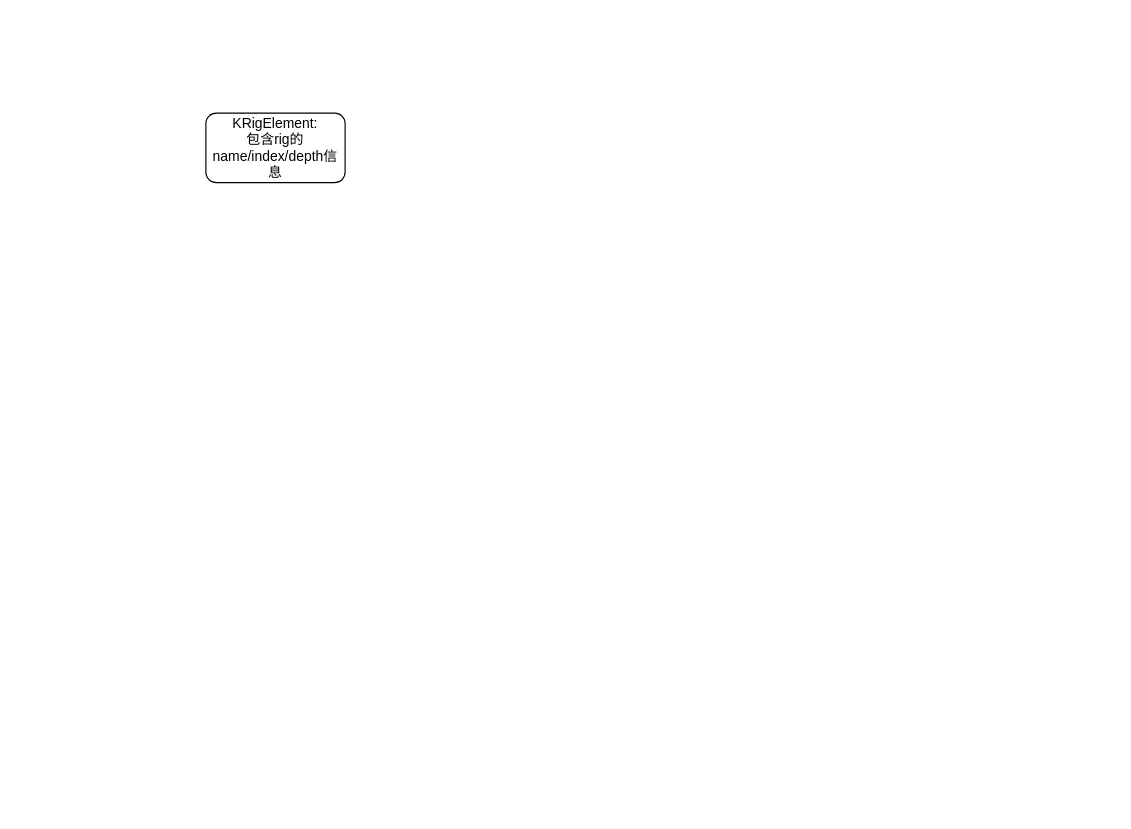
The draw.io diagram all/Retarget_pro.drawio in Jormungandr5/iodraw-files, before the edit. Source tidied: cells renumbered, new cells numbered last; positions are measured from the earlier drawing's top-left corner, leaving out a move shared by most shapes. Both pictures are drawn from the tidied source at 116%, with x=0, y=0 at pixel (205, 113).
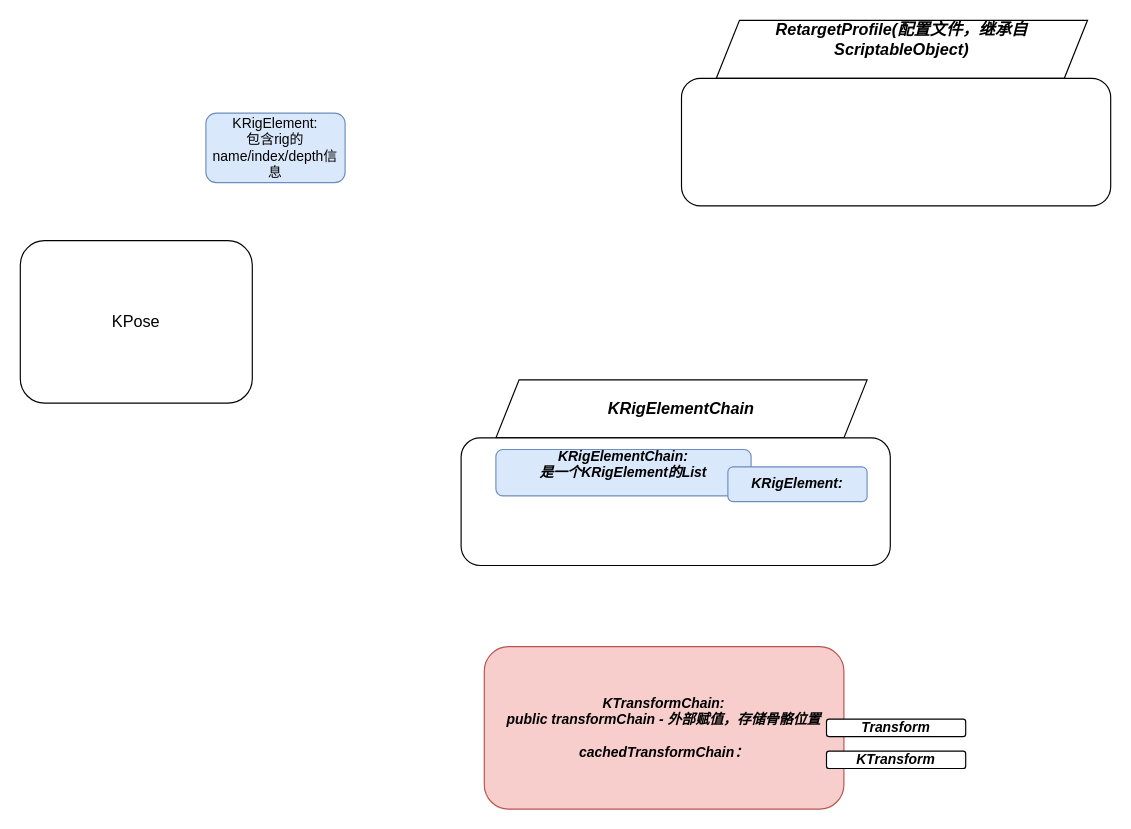
Above is the later version.

Diff of the diagram source:
```diff
@@
 <mxGraphModel>
   <root>
     <mxCell id="0" />
     <mxCell id="1" parent="0" />
-    <mxCell id="2" value="KRigElement:&lt;div&gt;包含rig的name/index/depth信息&lt;/div&gt;" style="rounded=1;whiteSpace=wrap;html=1;" parent="1" vertex="1">
+    <mxCell id="2" value="KRigElement:&lt;div&gt;包含rig的name/index/depth信息&lt;/div&gt;" style="rounded=1;whiteSpace=wrap;html=1;fillColor=#dae8fc;strokeColor=#6c8ebf;" parent="1" vertex="1">
       <mxGeometry width="120" height="60" as="geometry" />
     </mxCell>
+    <mxCell id="3" value="KPose" style="rounded=1;whiteSpace=wrap;html=1;fontSize=14;" parent="1" vertex="1">
+      <mxGeometry x="-160" y="110" width="200" height="140" as="geometry" />
+    </mxCell>
+    <mxCell id="4" style="group;" parent="1" vertex="1">
+      <mxGeometry x="410" y="-80" width="370" height="160" as="geometry" />
+    </mxCell>
+    <mxCell id="5" value="&lt;b&gt;&lt;i&gt;RetargetProfile(配置文件，继承自ScriptableObject&lt;span style=&quot;background-color: transparent; color: light-dark(rgb(0, 0, 0), rgb(255, 255, 255));&quot;&gt;)&lt;/span&gt;&lt;/i&gt;&lt;/b&gt;&lt;div&gt;&lt;b&gt;&lt;i&gt;&lt;span style=&quot;background-color: transparent; color: light-dark(rgb(0, 0, 0), rgb(255, 255, 255));&quot;&gt;&lt;br&gt;&lt;/span&gt;&lt;/i&gt;&lt;/b&gt;&lt;/div&gt;" style="shape=parallelogram;perimeter=parallelogramPerimeter;whiteSpace=wrap;html=1;fixedSize=1;fontSize=14;verticalAlign=middle;labelPosition=center;verticalLabelPosition=middle;align=center;" parent="4" vertex="1">
+      <mxGeometry x="30" width="320" height="50" as="geometry" />
+    </mxCell>
+    <mxCell id="6" style="rounded=1;whiteSpace=wrap;html=1;" parent="4" vertex="1">
+      <mxGeometry y="50" width="370" height="110" as="geometry" />
+    </mxCell>
+    <mxCell id="7" style="group;" parent="1" vertex="1">
+      <mxGeometry x="220" y="230" width="370" height="160" as="geometry" />
+    </mxCell>
+    <mxCell id="8" value="&lt;div&gt;&lt;b&gt;&lt;i&gt;&lt;span style=&quot;background-color: transparent; color: light-dark(rgb(0, 0, 0), rgb(255, 255, 255));&quot;&gt;KRigElementChain&lt;/span&gt;&lt;/i&gt;&lt;/b&gt;&lt;/div&gt;" style="shape=parallelogram;perimeter=parallelogramPerimeter;whiteSpace=wrap;html=1;fixedSize=1;fontSize=14;verticalAlign=middle;labelPosition=center;verticalLabelPosition=middle;align=center;" parent="7" vertex="1">
+      <mxGeometry x="30" width="320" height="50" as="geometry" />
+    </mxCell>
+    <mxCell id="9" style="rounded=1;whiteSpace=wrap;html=1;" parent="7" vertex="1">
+      <mxGeometry y="50" width="370" height="110" as="geometry" />
+    </mxCell>
+    <mxCell id="10" style="group;" parent="7" vertex="1">
+      <mxGeometry x="30" y="60" width="310" height="40" as="geometry" />
+    </mxCell>
+    <mxCell id="11" value="KRigElementChain:&lt;div&gt;是一个KRigElement的List&lt;br&gt;&lt;div&gt;&lt;br&gt;&lt;/div&gt;&lt;/div&gt;" style="rounded=1;whiteSpace=wrap;html=1;fillColor=#dae8fc;strokeColor=#6c8ebf;fontStyle=3;" parent="10" vertex="1">
+      <mxGeometry width="220" height="40" as="geometry" />
+    </mxCell>
+    <mxCell id="12" value="KRigElement:" style="rounded=1;whiteSpace=wrap;html=1;fillColor=#dae8fc;strokeColor=#6c8ebf;fontStyle=3;" parent="10" vertex="1">
+      <mxGeometry x="200" y="15" width="120" height="30" as="geometry" />
+    </mxCell>
+    <mxCell id="13" style="group;" parent="1" vertex="1">
+      <mxGeometry x="240" y="460" width="310" height="140" as="geometry" />
+    </mxCell>
+    <mxCell id="14" value="KTransformChain:&lt;div&gt;public transformChain - 外部赋值，存储骨骼位置&lt;/div&gt;&lt;div&gt;&lt;br&gt;&lt;/div&gt;&lt;div&gt;cachedTransformChain：&lt;/div&gt;" style="rounded=1;whiteSpace=wrap;html=1;fillColor=#f8cecc;strokeColor=#b85450;fontStyle=3;" parent="13" vertex="1">
+      <mxGeometry width="310" height="140" as="geometry" />
+    </mxCell>
+    <mxCell id="15" value="Transform" style="rounded=1;whiteSpace=wrap;html=1;fontStyle=3;" parent="1" vertex="1">
+      <mxGeometry x="535" y="522.5" width="120" height="15" as="geometry" />
+    </mxCell>
+    <mxCell id="16" value="KTransform" style="rounded=1;whiteSpace=wrap;html=1;fontStyle=3;" parent="1" vertex="1">
+      <mxGeometry x="535" y="550" width="120" height="15" as="geometry" />
+    </mxCell>
   </root>
 </mxGraphModel>
```
